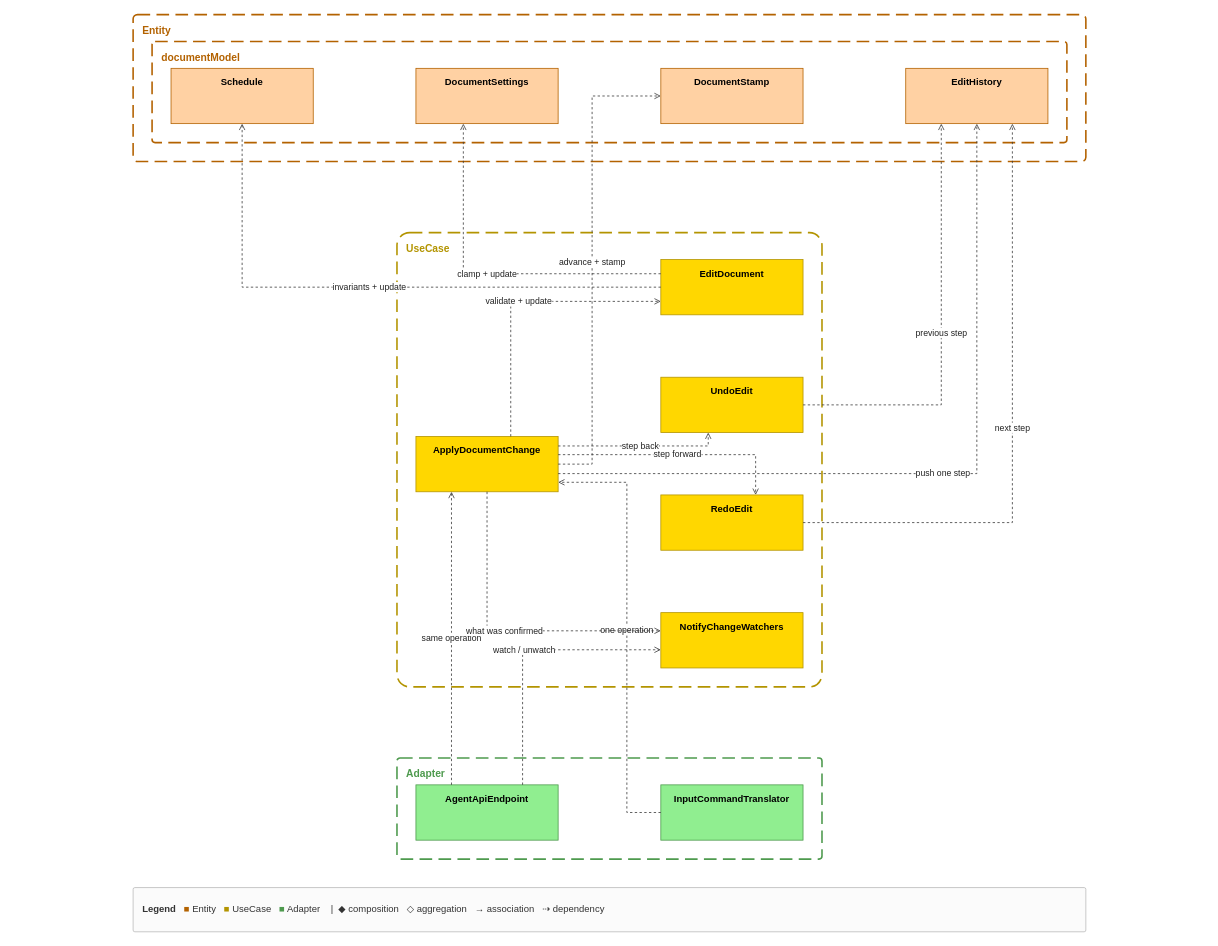
Before: docs/review/components/view-write.drawio in GoodRelax/gr-scheduler, a draw.io diagram. Source tidied: cells renumbered, new cells numbered last; positions are measured from the earlier drawing's top-left corner, leaving out a move shared by most shapes. Both pictures are drawn from the tidied source at 79%, with x=0, y=0 at pixel (133, 14).
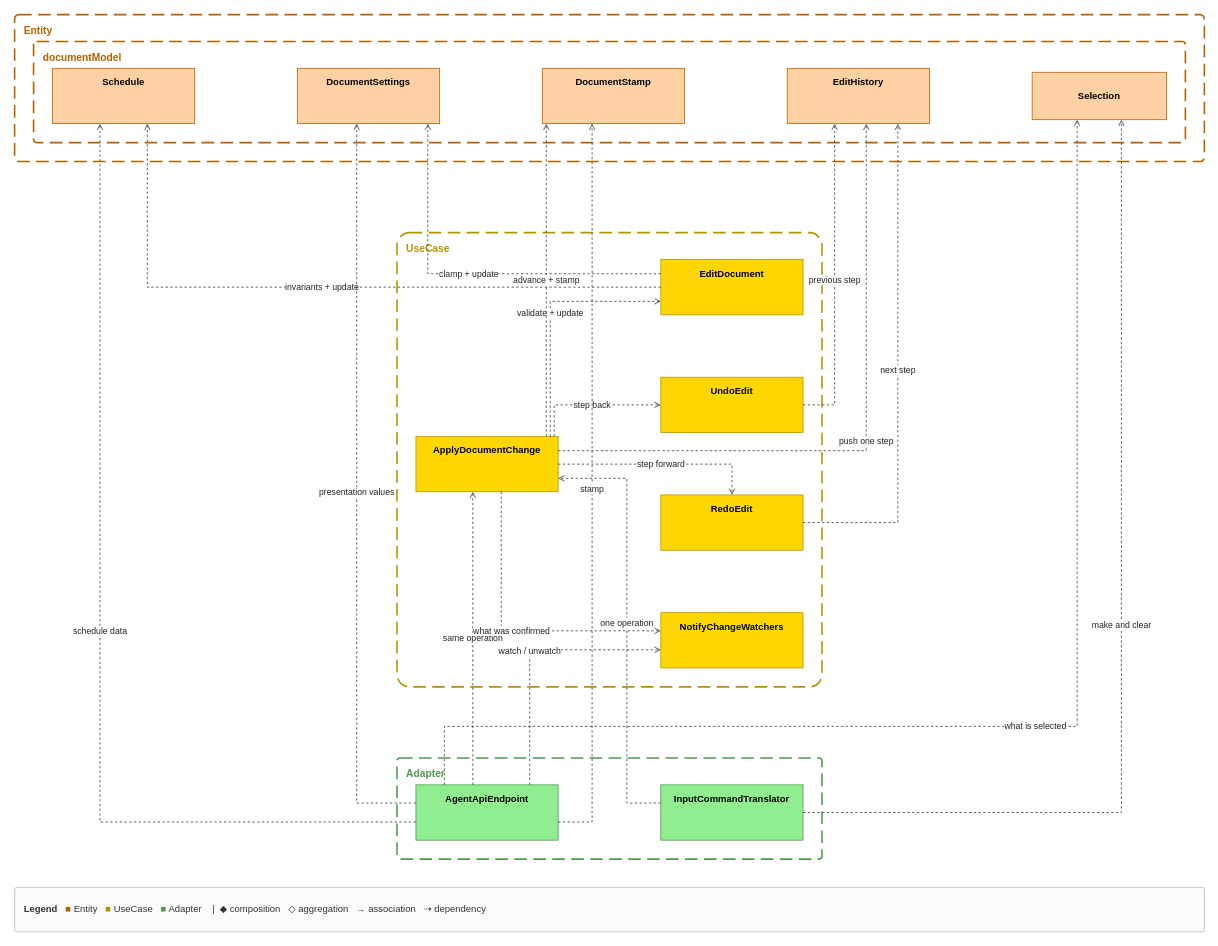
After the change.

Unchanged cells that the change refers to:
```xml
<mxCell id="6" value="&lt;b&gt;AgentApiEndpoint&lt;/b&gt;" style="rounded=0;whiteSpace=wrap;html=1;verticalAlign=top;spacingTop=4;fillColor=#90EE90;strokeColor=#4E9A4E;" parent="1" vertex="1">
  <mxGeometry x="358" y="975" width="180" height="70" as="geometry" />
</mxCell>
<mxCell id="7" value="&lt;b&gt;InputCommandTranslator&lt;/b&gt;" style="rounded=0;whiteSpace=wrap;html=1;verticalAlign=top;spacingTop=4;fillColor=#90EE90;strokeColor=#4E9A4E;" parent="1" vertex="1">
  <mxGeometry x="668" y="975" width="180" height="70" as="geometry" />
</mxCell>
<mxCell id="8" value="&lt;b&gt;ApplyDocumentChange&lt;/b&gt;" style="rounded=0;whiteSpace=wrap;html=1;verticalAlign=top;spacingTop=4;fillColor=#FFD700;strokeColor=#B39400;" parent="1" vertex="1">
  <mxGeometry x="358" y="534" width="180" height="70" as="geometry" />
</mxCell>
<mxCell id="9" value="&lt;b&gt;EditDocument&lt;/b&gt;" style="rounded=0;whiteSpace=wrap;html=1;verticalAlign=top;spacingTop=4;fillColor=#FFD700;strokeColor=#B39400;" parent="1" vertex="1">
  <mxGeometry x="668" y="310" width="180" height="70" as="geometry" />
</mxCell>
<mxCell id="10" value="&lt;b&gt;UndoEdit&lt;/b&gt;" style="rounded=0;whiteSpace=wrap;html=1;verticalAlign=top;spacingTop=4;fillColor=#FFD700;strokeColor=#B39400;" parent="1" vertex="1">
  <mxGeometry x="668" y="459" width="180" height="70" as="geometry" />
</mxCell>
<mxCell id="11" value="&lt;b&gt;RedoEdit&lt;/b&gt;" style="rounded=0;whiteSpace=wrap;html=1;verticalAlign=top;spacingTop=4;fillColor=#FFD700;strokeColor=#B39400;" parent="1" vertex="1">
  <mxGeometry x="668" y="608" width="180" height="70" as="geometry" />
</mxCell>
<mxCell id="12" value="&lt;b&gt;NotifyChangeWatchers&lt;/b&gt;" style="rounded=0;whiteSpace=wrap;html=1;verticalAlign=top;spacingTop=4;fillColor=#FFD700;strokeColor=#B39400;" parent="1" vertex="1">
  <mxGeometry x="668" y="757" width="180" height="70" as="geometry" />
</mxCell>
```

The edit, as a diff of the source:
```diff
@@
     <mxCell id="2" value="Entity" style="rounded=1;arcSize=3;fillColor=none;strokeColor=#B36200;dashed=1;dashPattern=8 4;strokeWidth=2;verticalAlign=top;align=left;spacingLeft=10;spacingTop=6;fontStyle=1;fontColor=#B36200;fontSize=13;html=1;" parent="1" vertex="1">
-      <mxGeometry width="1206" height="186" as="geometry" />
+      <mxGeometry x="-150" width="1506" height="186" as="geometry" />
     </mxCell>
     <mxCell id="3" value="documentModel" style="rounded=1;arcSize=3;fillColor=none;strokeColor=#B36200;dashed=1;dashPattern=8 4;strokeWidth=2;verticalAlign=top;align=left;spacingLeft=10;spacingTop=6;fontStyle=1;fontColor=#B36200;fontSize=13;html=1;" parent="1" vertex="1">
-      <mxGeometry x="24" y="34" width="1158" height="128" as="geometry" />
+      <mxGeometry x="-126" y="34" width="1458" height="128" as="geometry" />
     </mxCell>
@@
     <mxCell id="13" value="&lt;b&gt;Schedule&lt;/b&gt;" style="rounded=0;whiteSpace=wrap;html=1;verticalAlign=top;spacingTop=4;fillColor=#FFD1A3;strokeColor=#B36200;" parent="1" vertex="1">
-      <mxGeometry x="48" y="68" width="180" height="70" as="geometry" />
+      <mxGeometry x="-102" y="68" width="180" height="70" as="geometry" />
     </mxCell>
     <mxCell id="14" value="&lt;b&gt;DocumentSettings&lt;/b&gt;" style="rounded=0;whiteSpace=wrap;html=1;verticalAlign=top;spacingTop=4;fillColor=#FFD1A3;strokeColor=#B36200;" parent="1" vertex="1">
-      <mxGeometry x="358" y="68" width="180" height="70" as="geometry" />
+      <mxGeometry x="208" y="68" width="180" height="70" as="geometry" />
     </mxCell>
     <mxCell id="15" value="&lt;b&gt;DocumentStamp&lt;/b&gt;" style="rounded=0;whiteSpace=wrap;html=1;verticalAlign=top;spacingTop=4;fillColor=#FFD1A3;strokeColor=#B36200;" parent="1" vertex="1">
-      <mxGeometry x="668" y="68" width="180" height="70" as="geometry" />
+      <mxGeometry x="518" y="68" width="180" height="70" as="geometry" />
     </mxCell>
     <mxCell id="16" value="&lt;b&gt;EditHistory&lt;/b&gt;" style="rounded=0;whiteSpace=wrap;html=1;verticalAlign=top;spacingTop=4;fillColor=#FFD1A3;strokeColor=#B36200;" parent="1" vertex="1">
-      <mxGeometry x="978" y="68" width="180" height="70" as="geometry" />
+      <mxGeometry x="828" y="68" width="180" height="70" as="geometry" />
     </mxCell>
+    <mxCell id="31" value="&lt;b&gt;Selection&lt;/b&gt;" style="rounded=0;whiteSpace=wrap;html=1;fillColor=#FFD1A3;strokeColor=#B36200;" parent="1" vertex="1">
+      <mxGeometry x="1138" y="73" width="170" height="60" as="geometry" />
+    </mxCell>
     <mxCell id="17" value="one operation" style="edgeStyle=orthogonalEdgeStyle;rounded=0;html=1;strokeColor=#3A3A3A;fontSize=11;fontColor=#222222;labelBackgroundColor=#FFFFFF;endArrow=open;dashed=1;" parent="1" edge="1" source="7" target="8">
       <mxGeometry relative="1" as="geometry">
         <Array as="points">
-          <mxPoint x="644" y="1010" />
-          <mxPoint x="625" y="1010" />
-          <mxPoint x="625" y="1010" />
-          <mxPoint x="625" y="1010" />
-          <mxPoint x="625" y="592" />
-          <mxPoint x="625" y="592" />
-          <mxPoint x="625" y="592" />
-          <mxPoint x="582" y="592" />
+          <mxPoint x="644" y="998" />
+          <mxPoint x="625" y="998" />
+          <mxPoint x="625" y="998" />
+          <mxPoint x="625" y="998" />
+          <mxPoint x="625" y="587" />
+          <mxPoint x="625" y="587" />
+          <mxPoint x="625" y="587" />
+          <mxPoint x="582" y="587" />
         </Array>
       </mxGeometry>
     </mxCell>
     <mxCell id="18" value="same operation" style="edgeStyle=orthogonalEdgeStyle;rounded=0;html=1;strokeColor=#3A3A3A;fontSize=11;fontColor=#222222;labelBackgroundColor=#FFFFFF;endArrow=open;dashed=1;" parent="1" edge="1" source="6" target="8">
       <mxGeometry relative="1" as="geometry">
         <Array as="points">
-          <mxPoint x="403" y="892" />
-          <mxPoint x="403" y="687" />
+          <mxPoint x="430" y="892" />
+          <mxPoint x="430" y="687" />
         </Array>
       </mxGeometry>
     </mxCell>
     <mxCell id="19" value="watch / unwatch" style="edgeStyle=orthogonalEdgeStyle;rounded=0;html=1;strokeColor=#3A3A3A;fontSize=11;fontColor=#222222;labelBackgroundColor=#FFFFFF;endArrow=open;dashed=1;" parent="1" edge="1" source="6" target="12">
       <mxGeometry relative="1" as="geometry">
         <Array as="points">
-          <mxPoint x="493" y="916" />
-          <mxPoint x="493" y="804" />
-          <mxPoint x="493" y="804" />
-          <mxPoint x="493" y="804" />
-          <mxPoint x="591" y="804" />
+          <mxPoint x="502" y="916" />
+          <mxPoint x="502" y="804" />
+          <mxPoint x="502" y="804" />
+          <mxPoint x="502" y="804" />
+          <mxPoint x="594" y="804" />
         </Array>
       </mxGeometry>
     </mxCell>
     <mxCell id="20" value="validate + update" style="edgeStyle=orthogonalEdgeStyle;rounded=0;html=1;strokeColor=#3A3A3A;fontSize=11;fontColor=#222222;labelBackgroundColor=#FFFFFF;endArrow=open;dashed=1;" parent="1" edge="1" source="8" target="9">
       <mxGeometry relative="1" as="geometry">
         <Array as="points">
-          <mxPoint x="478" y="475" />
-          <mxPoint x="478" y="363" />
-          <mxPoint x="478" y="363" />
-          <mxPoint x="478" y="363" />
-          <mxPoint x="586" y="363" />
+          <mxPoint x="528" y="475" />
+          <mxPoint x="528" y="363" />
+          <mxPoint x="528" y="363" />
+          <mxPoint x="528" y="363" />
+          <mxPoint x="603" y="363" />
         </Array>
       </mxGeometry>
     </mxCell>
     <mxCell id="21" value="step back" style="edgeStyle=orthogonalEdgeStyle;rounded=0;html=1;strokeColor=#3A3A3A;fontSize=11;fontColor=#222222;labelBackgroundColor=#FFFFFF;endArrow=open;dashed=1;" parent="1" edge="1" source="8" target="10">
       <mxGeometry relative="1" as="geometry">
         <Array as="points">
-          <mxPoint x="620" y="546" />
-          <mxPoint x="728" y="546" />
-          <mxPoint x="728" y="546" />
-          <mxPoint x="728" y="546" />
-          <mxPoint x="728" y="539" />
+          <mxPoint x="533" y="514" />
+          <mxPoint x="533" y="494" />
+          <mxPoint x="533" y="494" />
+          <mxPoint x="533" y="494" />
+          <mxPoint x="605" y="494" />
         </Array>
       </mxGeometry>
     </mxCell>
     <mxCell id="22" value="step forward" style="edgeStyle=orthogonalEdgeStyle;rounded=0;html=1;strokeColor=#3A3A3A;fontSize=11;fontColor=#222222;labelBackgroundColor=#FFFFFF;endArrow=open;dashed=1;" parent="1" edge="1" source="8" target="11">
       <mxGeometry relative="1" as="geometry">
         <Array as="points">
-          <mxPoint x="639" y="557" />
-          <mxPoint x="788" y="557" />
-          <mxPoint x="788" y="557" />
-          <mxPoint x="788" y="557" />
-          <mxPoint x="788" y="584" />
+          <mxPoint x="630" y="569" />
+          <mxPoint x="758" y="569" />
+          <mxPoint x="758" y="569" />
+          <mxPoint x="758" y="569" />
+          <mxPoint x="758" y="589" />
         </Array>
       </mxGeometry>
     </mxCell>
     <mxCell id="23" value="what was confirmed" style="edgeStyle=orthogonalEdgeStyle;rounded=0;html=1;strokeColor=#3A3A3A;fontSize=11;fontColor=#222222;labelBackgroundColor=#FFFFFF;endArrow=open;dashed=1;" parent="1" edge="1" source="8" target="12">
       <mxGeometry relative="1" as="geometry">
         <Array as="points">
-          <mxPoint x="448" y="664" />
-          <mxPoint x="448" y="780" />
-          <mxPoint x="448" y="780" />
-          <mxPoint x="448" y="780" />
-          <mxPoint x="576" y="780" />
+          <mxPoint x="466" y="664" />
+          <mxPoint x="466" y="780" />
+          <mxPoint x="466" y="780" />
+          <mxPoint x="466" y="780" />
+          <mxPoint x="582" y="780" />
         </Array>
       </mxGeometry>
     </mxCell>
     <mxCell id="24" value="advance + stamp" style="edgeStyle=orthogonalEdgeStyle;rounded=0;html=1;strokeColor=#3A3A3A;fontSize=11;fontColor=#222222;labelBackgroundColor=#FFFFFF;endArrow=open;dashed=1;" parent="1" edge="1" source="8" target="15">
       <mxGeometry relative="1" as="geometry">
         <Array as="points">
-          <mxPoint x="562" y="569" />
-          <mxPoint x="581" y="569" />
-          <mxPoint x="581" y="569" />
-          <mxPoint x="581" y="569" />
-          <mxPoint x="581" y="103" />
-          <mxPoint x="581" y="103" />
-          <mxPoint x="581" y="103" />
-          <mxPoint x="624" y="103" />
+          <mxPoint x="523" y="447" />
+          <mxPoint x="523" y="225" />
         </Array>
       </mxGeometry>
     </mxCell>
     <mxCell id="25" value="push one step" style="edgeStyle=orthogonalEdgeStyle;rounded=0;html=1;strokeColor=#3A3A3A;fontSize=11;fontColor=#222222;labelBackgroundColor=#FFFFFF;endArrow=open;dashed=1;" parent="1" edge="1" source="8" target="16">
       <mxGeometry relative="1" as="geometry">
         <Array as="points">
-          <mxPoint x="711" y="581" />
-          <mxPoint x="1068" y="581" />
-          <mxPoint x="1068" y="581" />
-          <mxPoint x="1068" y="581" />
-          <mxPoint x="1068" y="249" />
+          <mxPoint x="677" y="552" />
+          <mxPoint x="928" y="552" />
+          <mxPoint x="928" y="552" />
+          <mxPoint x="928" y="552" />
+          <mxPoint x="928" y="244" />
         </Array>
       </mxGeometry>
     </mxCell>
     <mxCell id="26" value="previous step" style="edgeStyle=orthogonalEdgeStyle;rounded=0;html=1;strokeColor=#3A3A3A;fontSize=11;fontColor=#222222;labelBackgroundColor=#FFFFFF;endArrow=open;dashed=1;" parent="1" edge="1" source="10" target="16">
       <mxGeometry relative="1" as="geometry">
         <Array as="points">
-          <mxPoint x="925" y="494" />
-          <mxPoint x="1023" y="494" />
-          <mxPoint x="1023" y="494" />
-          <mxPoint x="1023" y="494" />
-          <mxPoint x="1023" y="235" />
+          <mxPoint x="870" y="494" />
+          <mxPoint x="888" y="494" />
+          <mxPoint x="888" y="494" />
+          <mxPoint x="888" y="494" />
+          <mxPoint x="888" y="235" />
         </Array>
       </mxGeometry>
     </mxCell>
     <mxCell id="27" value="next step" style="edgeStyle=orthogonalEdgeStyle;rounded=0;html=1;strokeColor=#3A3A3A;fontSize=11;fontColor=#222222;labelBackgroundColor=#FFFFFF;endArrow=open;dashed=1;" parent="1" edge="1" source="11" target="16">
       <mxGeometry relative="1" as="geometry">
         <Array as="points">
-          <mxPoint x="953" y="643" />
-          <mxPoint x="1113" y="643" />
-          <mxPoint x="1113" y="643" />
-          <mxPoint x="1113" y="643" />
-          <mxPoint x="1113" y="259" />
+          <mxPoint x="905" y="643" />
+          <mxPoint x="968" y="643" />
+          <mxPoint x="968" y="643" />
+          <mxPoint x="968" y="643" />
+          <mxPoint x="968" y="259" />
         </Array>
       </mxGeometry>
     </mxCell>
     <mxCell id="28" value="invariants + update" style="edgeStyle=orthogonalEdgeStyle;rounded=0;html=1;strokeColor=#3A3A3A;fontSize=11;fontColor=#222222;labelBackgroundColor=#FFFFFF;endArrow=open;dashed=1;" parent="1" edge="1" source="9" target="13">
       <mxGeometry relative="1" as="geometry">
         <Array as="points">
-          <mxPoint x="495" y="345" />
-          <mxPoint x="138" y="345" />
-          <mxPoint x="138" y="345" />
-          <mxPoint x="138" y="345" />
-          <mxPoint x="138" y="206" />
+          <mxPoint x="470" y="345" />
+          <mxPoint x="18" y="345" />
+          <mxPoint x="18" y="345" />
+          <mxPoint x="18" y="345" />
+          <mxPoint x="18" y="206" />
         </Array>
       </mxGeometry>
     </mxCell>
     <mxCell id="29" value="clamp + update" style="edgeStyle=orthogonalEdgeStyle;rounded=0;html=1;strokeColor=#3A3A3A;fontSize=11;fontColor=#222222;labelBackgroundColor=#FFFFFF;endArrow=open;dashed=1;" parent="1" edge="1" source="9" target="14">
       <mxGeometry relative="1" as="geometry">
         <Array as="points">
-          <mxPoint x="567" y="328" />
-          <mxPoint x="418" y="328" />
-          <mxPoint x="418" y="328" />
-          <mxPoint x="418" y="328" />
-          <mxPoint x="418" y="201" />
+          <mxPoint x="554" y="328" />
+          <mxPoint x="373" y="328" />
+          <mxPoint x="373" y="328" />
+          <mxPoint x="373" y="328" />
+          <mxPoint x="373" y="201" />
         </Array>
       </mxGeometry>
     </mxCell>
+    <mxCell id="32" value="schedule data" style="edgeStyle=orthogonalEdgeStyle;rounded=0;html=1;strokeColor=#3A3A3A;fontSize=11;fontColor=#222222;labelBackgroundColor=#FFFFFF;endArrow=open;dashed=1;" parent="1" edge="1" source="6" target="13">
+      <mxGeometry relative="1" as="geometry">
+        <Array as="points">
+          <mxPoint x="216" y="1022" />
+          <mxPoint x="-42" y="1022" />
+          <mxPoint x="-42" y="1022" />
+          <mxPoint x="-42" y="1022" />
+          <mxPoint x="-42" y="307" />
+        </Array>
+      </mxGeometry>
+    </mxCell>
+    <mxCell id="33" value="presentation values" style="edgeStyle=orthogonalEdgeStyle;rounded=0;html=1;strokeColor=#3A3A3A;fontSize=11;fontColor=#222222;labelBackgroundColor=#FFFFFF;endArrow=open;dashed=1;" parent="1" edge="1" source="6" target="14">
+      <mxGeometry relative="1" as="geometry">
+        <Array as="points">
+          <mxPoint x="319" y="998" />
+          <mxPoint x="283" y="998" />
+          <mxPoint x="283" y="998" />
+          <mxPoint x="283" y="998" />
+          <mxPoint x="283" y="304" />
+        </Array>
+      </mxGeometry>
+    </mxCell>
+    <mxCell id="34" value="stamp" style="edgeStyle=orthogonalEdgeStyle;rounded=0;html=1;strokeColor=#3A3A3A;fontSize=11;fontColor=#222222;labelBackgroundColor=#FFFFFF;endArrow=open;dashed=1;" parent="1" edge="1" source="6" target="15">
+      <mxGeometry relative="1" as="geometry">
+        <Array as="points">
+          <mxPoint x="562" y="1022" />
+          <mxPoint x="581" y="1022" />
+          <mxPoint x="581" y="1022" />
+          <mxPoint x="581" y="1022" />
+          <mxPoint x="581" y="307" />
+        </Array>
+      </mxGeometry>
+    </mxCell>
+    <mxCell id="35" value="what is selected" style="edgeStyle=orthogonalEdgeStyle;rounded=0;html=1;strokeColor=#3A3A3A;fontSize=11;fontColor=#222222;labelBackgroundColor=#FFFFFF;endArrow=open;dashed=1;" parent="1" edge="1" source="6" target="31">
+      <mxGeometry relative="1" as="geometry">
+        <Array as="points">
+          <mxPoint x="394" y="943" />
+          <mxPoint x="394" y="901" />
+          <mxPoint x="394" y="901" />
+          <mxPoint x="394" y="901" />
+          <mxPoint x="1195" y="901" />
+          <mxPoint x="1195" y="901" />
+          <mxPoint x="1195" y="901" />
+          <mxPoint x="1195" y="279" />
+        </Array>
+      </mxGeometry>
+    </mxCell>
+    <mxCell id="36" value="make and clear" style="edgeStyle=orthogonalEdgeStyle;rounded=0;html=1;strokeColor=#3A3A3A;fontSize=11;fontColor=#222222;labelBackgroundColor=#FFFFFF;endArrow=open;dashed=1;" parent="1" edge="1" source="7" target="31">
+      <mxGeometry relative="1" as="geometry">
+        <Array as="points">
+          <mxPoint x="991" y="1010" />
+          <mxPoint x="1251" y="1010" />
+          <mxPoint x="1251" y="1010" />
+          <mxPoint x="1251" y="1010" />
+          <mxPoint x="1251" y="291" />
+        </Array>
+      </mxGeometry>
+    </mxCell>
     <mxCell id="30" value="&lt;b&gt;Legend&lt;/b&gt; &amp;nbsp; &lt;font color='#B36200'&gt;&amp;#9632;&lt;/font&gt; Entity &amp;nbsp; &lt;font color='#B39400'&gt;&amp;#9632;&lt;/font&gt; UseCase &amp;nbsp; &lt;font color='#4E9A4E'&gt;&amp;#9632;&lt;/font&gt; Adapter &amp;nbsp; &amp;nbsp;|&amp;nbsp; &amp;#9670; composition &amp;nbsp; &amp;#9671; aggregation &amp;nbsp; &amp;#8594; association &amp;nbsp; &amp;#8674; dependency" style="rounded=1;arcSize=4;whiteSpace=wrap;html=1;fillColor=#FBFBFB;strokeColor=#BBBBBB;align=left;verticalAlign=middle;spacingLeft=10;spacingRight=10;fontSize=12;fontColor=#333333;" parent="1" vertex="1">
-      <mxGeometry y="1105" width="1206" height="56" as="geometry" />
+      <mxGeometry x="-150" y="1105" width="1506" height="56" as="geometry" />
     </mxCell>
```
